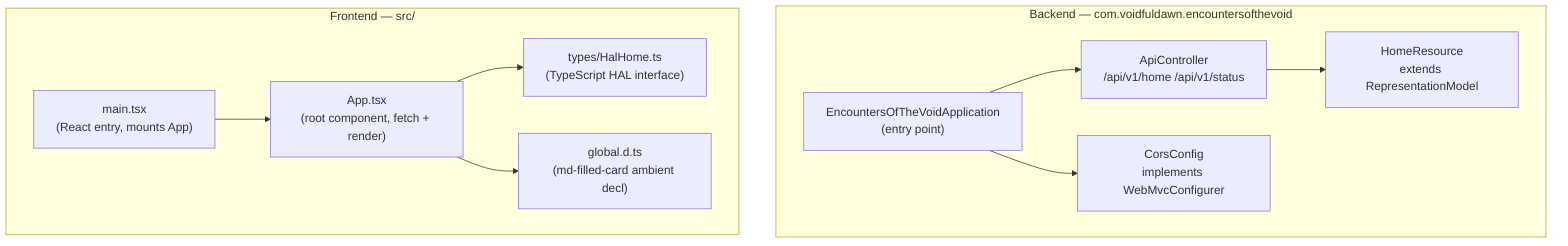
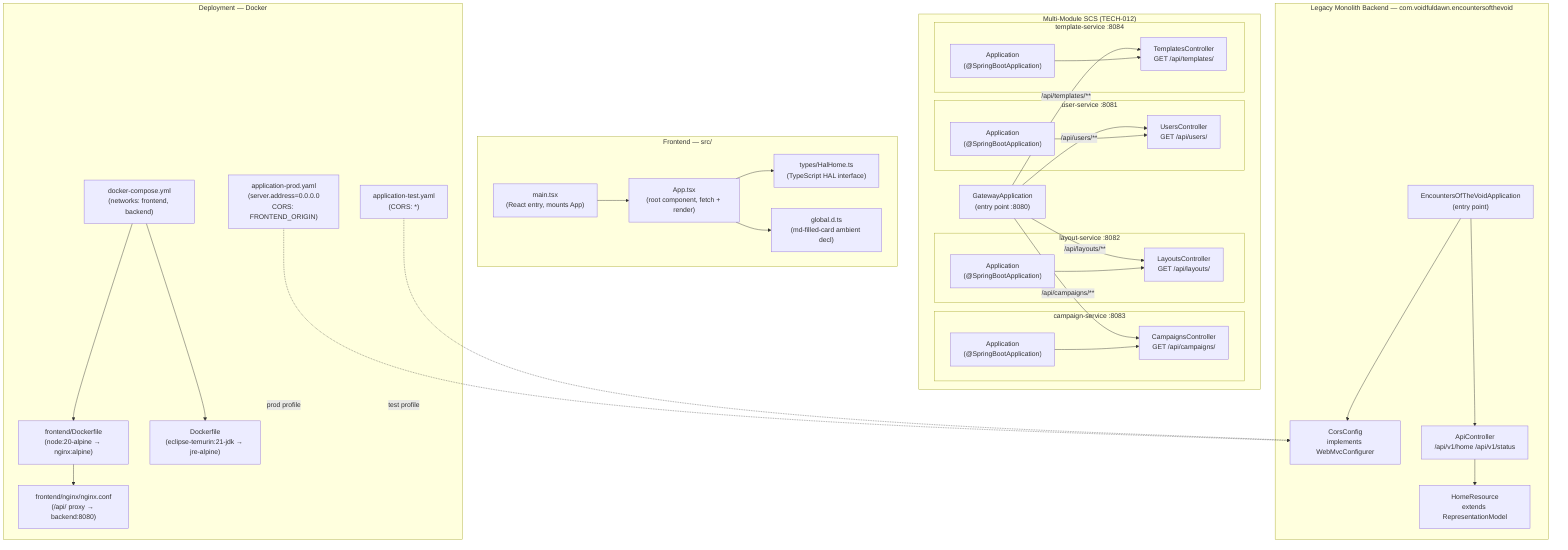
graph TB
-     subgraph backend ["Backend — com.voidfuldawn.encountersofthevoid"]
+     subgraph multimodule ["Multi-Module SCS (TECH-012)"]
+         GWApp["GatewayApplication\n(entry point :8080)"]
+ 
+         subgraph us ["user-service :8081"]
+             UsApp["Application\n(@SpringBootApplication)"]
+             UsCtrl["UsersController\nGET /api/users/"]
+         end
+ 
+         subgraph ls ["layout-service :8082"]
+             LsApp["Application\n(@SpringBootApplication)"]
+             LsCtrl["LayoutsController\nGET /api/layouts/"]
+         end
+ 
+         subgraph cs ["campaign-service :8083"]
+             CsApp["Application\n(@SpringBootApplication)"]
+             CsCtrl["CampaignsController\nGET /api/campaigns/"]
+         end
+ 
+         subgraph ts ["template-service :8084"]
+             TsApp["Application\n(@SpringBootApplication)"]
+             TsCtrl["TemplatesController\nGET /api/templates/"]
+         end
+     end
+ 
+     subgraph backend ["Legacy Monolith Backend — com.voidfuldawn.encountersofthevoid"]
        App["EncountersOfTheVoidApplication\n(entry point)"]
        Controller["ApiController\n/api/v1/home  /api/v1/status"]
        Model["HomeResource\nextends RepresentationModel"]
        Config["CorsConfig\nimplements WebMvcConfigurer"]
    end

    subgraph frontend ["Frontend — src/"]
        MainTSX["main.tsx\n(React entry, mounts App)"]
        AppTSX["App.tsx\n(root component, fetch + render)"]
        Types["types/HalHome.ts\n(TypeScript HAL interface)"]
        GlobalD["global.d.ts\n(md-filled-card ambient decl)"]
    end

+     subgraph deployment ["Deployment — Docker"]
+         DockerBE["Dockerfile\n(eclipse-temurin:21-jdk → jre-alpine)"]
+         DockerFE["frontend/Dockerfile\n(node:20-alpine → nginx:alpine)"]
+         NginxConf["frontend/nginx/nginx.conf\n(/api/ proxy → backend:8080)"]
+         Compose["docker-compose.yml\n(networks: frontend, backend)"]
+         ProfProd["application-prod.yaml\n(server.address=0.0.0.0\nCORS: FRONTEND_ORIGIN)"]
+         ProfTest["application-test.yaml\n(CORS: *)"]
+     end
+ 
+     GWApp -->|"/api/users/**"| UsCtrl
+     GWApp -->|"/api/layouts/**"| LsCtrl
+     GWApp -->|"/api/campaigns/**"| CsCtrl
+     GWApp -->|"/api/templates/**"| TsCtrl
+     UsApp --> UsCtrl
+     LsApp --> LsCtrl
+     CsApp --> CsCtrl
+     TsApp --> TsCtrl
+ 
    App --> Controller
    App --> Config
    Controller --> Model
    MainTSX --> AppTSX
    AppTSX --> Types
    AppTSX --> GlobalD
+     Compose --> DockerBE
+     Compose --> DockerFE
+     DockerFE --> NginxConf
+     ProfProd -.->|"prod profile"| Config
+     ProfTest -.->|"test profile"| Config
